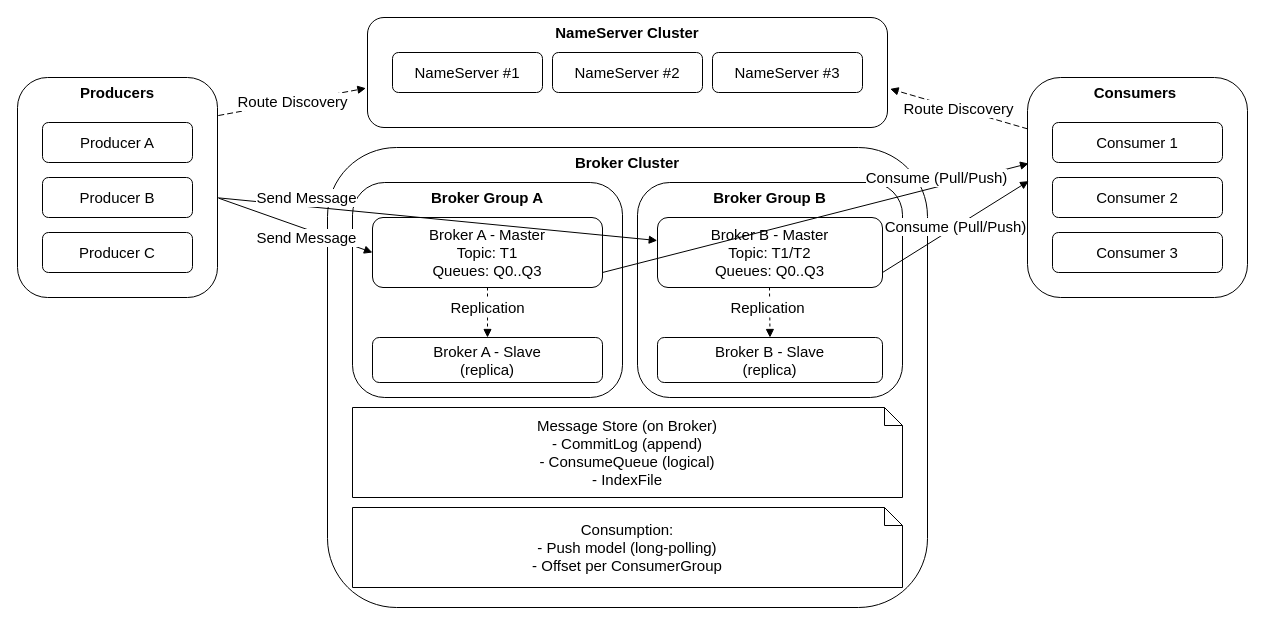
Earlier version of the draw.io diagram page "RocketMQ架构图" (1 of 20) of figure/figures.drawio (jqq04/nju-thesis-2026). Source tidied: cells renumbered, new cells numbered last; positions are measured from the earlier drawing's top-left corner, leaving out a move shared by most shapes. Both pictures are drawn from the tidied source at 100%, with x=0, y=0 at pixel (17, 17).
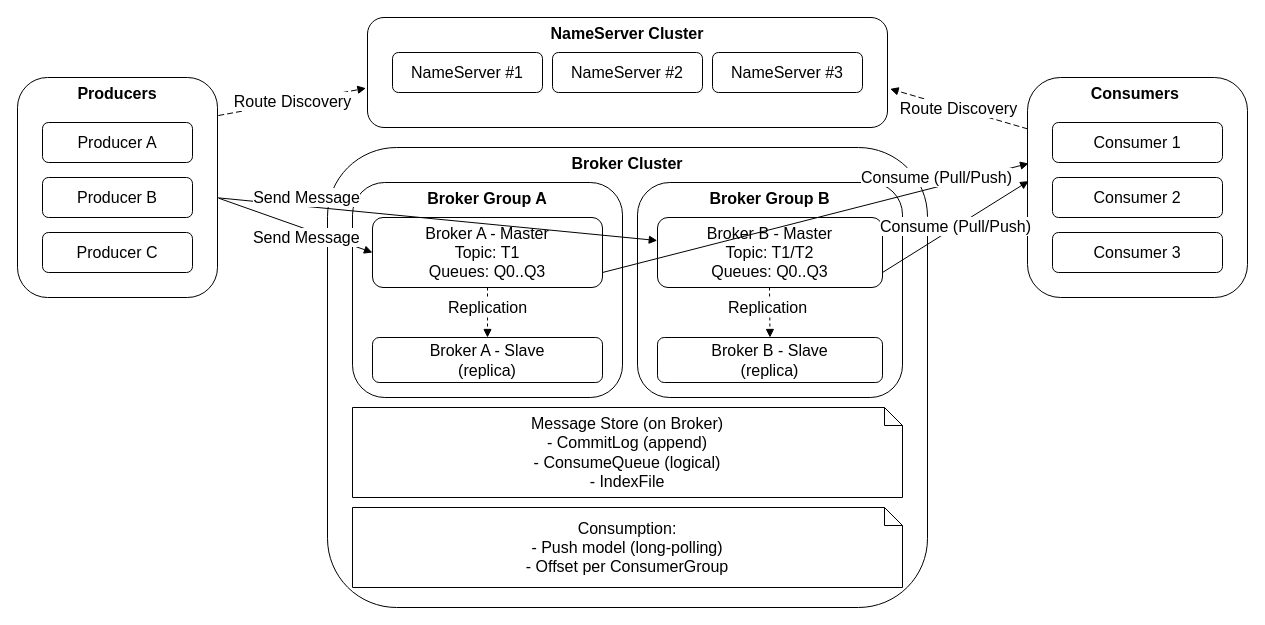
After the change.

Diff of the diagram source:
```diff
@@
-    <mxCell id="2" value="Producers" style="rounded=1;whiteSpace=wrap;html=1;fontStyle=1;strokeWidth=1;verticalAlign=top;fontSize=15;" parent="1" vertex="1">
+    <mxCell id="2" value="Producers" style="rounded=1;whiteSpace=wrap;html=1;fontStyle=1;strokeWidth=1;verticalAlign=top;fontSize=16;" parent="1" vertex="1">
       <mxGeometry y="60" width="200" height="220" as="geometry" />
     </mxCell>
-    <mxCell id="3" value="Producer A" style="rounded=1;whiteSpace=wrap;html=1;fontSize=15;" parent="1" vertex="1">
+    <mxCell id="3" value="Producer A" style="rounded=1;whiteSpace=wrap;html=1;fontSize=16;" parent="1" vertex="1">
       <mxGeometry x="25" y="105" width="150" height="40" as="geometry" />
     </mxCell>
-    <mxCell id="4" value="Producer B" style="rounded=1;whiteSpace=wrap;html=1;fontSize=15;" parent="1" vertex="1">
+    <mxCell id="4" value="Producer B" style="rounded=1;whiteSpace=wrap;html=1;fontSize=16;" parent="1" vertex="1">
       <mxGeometry x="25" y="160" width="150" height="40" as="geometry" />
     </mxCell>
-    <mxCell id="5" value="Producer C" style="rounded=1;whiteSpace=wrap;html=1;fontSize=15;" parent="1" vertex="1">
+    <mxCell id="5" value="Producer C" style="rounded=1;whiteSpace=wrap;html=1;fontSize=16;" parent="1" vertex="1">
       <mxGeometry x="25" y="215" width="150" height="40" as="geometry" />
     </mxCell>
-    <mxCell id="6" value="Consumers&amp;nbsp;" style="rounded=1;whiteSpace=wrap;html=1;fontStyle=1;strokeWidth=1;verticalAlign=top;fontSize=15;" parent="1" vertex="1">
+    <mxCell id="6" value="Consumers&amp;nbsp;" style="rounded=1;whiteSpace=wrap;html=1;fontStyle=1;strokeWidth=1;verticalAlign=top;fontSize=16;" parent="1" vertex="1">
       <mxGeometry x="1010" y="60" width="220" height="220" as="geometry" />
     </mxCell>
-    <mxCell id="7" value="Consumer 1" style="rounded=1;whiteSpace=wrap;html=1;fontSize=15;" parent="1" vertex="1">
+    <mxCell id="7" value="Consumer 1" style="rounded=1;whiteSpace=wrap;html=1;fontSize=16;" parent="1" vertex="1">
       <mxGeometry x="1035" y="105" width="170" height="40" as="geometry" />
     </mxCell>
-    <mxCell id="8" value="Consumer 2" style="rounded=1;whiteSpace=wrap;html=1;fontSize=15;" parent="1" vertex="1">
+    <mxCell id="8" value="Consumer 2" style="rounded=1;whiteSpace=wrap;html=1;fontSize=16;" parent="1" vertex="1">
       <mxGeometry x="1035" y="160" width="170" height="40" as="geometry" />
     </mxCell>
-    <mxCell id="9" value="Consumer 3" style="rounded=1;whiteSpace=wrap;html=1;fontSize=15;" parent="1" vertex="1">
+    <mxCell id="9" value="Consumer 3" style="rounded=1;whiteSpace=wrap;html=1;fontSize=16;" parent="1" vertex="1">
       <mxGeometry x="1035" y="215" width="170" height="40" as="geometry" />
     </mxCell>
-    <mxCell id="10" value="NameServer Cluster&lt;div&gt;&lt;br&gt;&lt;/div&gt;" style="rounded=1;whiteSpace=wrap;html=1;fontStyle=1;strokeWidth=1;verticalAlign=top;fontSize=15;" parent="1" vertex="1">
+    <mxCell id="10" value="NameServer Cluster&lt;div&gt;&lt;br&gt;&lt;/div&gt;" style="rounded=1;whiteSpace=wrap;html=1;fontStyle=1;strokeWidth=1;verticalAlign=top;fontSize=16;" parent="1" vertex="1">
       <mxGeometry x="350" width="520" height="110" as="geometry" />
     </mxCell>
-    <mxCell id="11" value="NameServer #1" style="rounded=1;whiteSpace=wrap;html=1;fontSize=15;" parent="1" vertex="1">
+    <mxCell id="11" value="NameServer #1" style="rounded=1;whiteSpace=wrap;html=1;fontSize=16;" parent="1" vertex="1">
       <mxGeometry x="375" y="35" width="150" height="40" as="geometry" />
     </mxCell>
-    <mxCell id="12" value="NameServer #2" style="rounded=1;whiteSpace=wrap;html=1;fontSize=15;" parent="1" vertex="1">
+    <mxCell id="12" value="NameServer #2" style="rounded=1;whiteSpace=wrap;html=1;fontSize=16;" parent="1" vertex="1">
       <mxGeometry x="535" y="35" width="150" height="40" as="geometry" />
     </mxCell>
-    <mxCell id="13" value="NameServer #3" style="rounded=1;whiteSpace=wrap;html=1;fontSize=15;" parent="1" vertex="1">
+    <mxCell id="13" value="NameServer #3" style="rounded=1;whiteSpace=wrap;html=1;fontSize=16;" parent="1" vertex="1">
       <mxGeometry x="695" y="35" width="150" height="40" as="geometry" />
     </mxCell>
-    <mxCell id="14" value="Broker Cluster" style="rounded=1;whiteSpace=wrap;html=1;fontStyle=1;strokeWidth=1;verticalAlign=top;fontSize=15;" parent="1" vertex="1">
+    <mxCell id="14" value="Broker Cluster" style="rounded=1;whiteSpace=wrap;html=1;fontStyle=1;strokeWidth=1;verticalAlign=top;fontSize=16;" parent="1" vertex="1">
       <mxGeometry x="310" y="130" width="600" height="460" as="geometry" />
     </mxCell>
-    <mxCell id="15" value="Broker Group A" style="rounded=1;whiteSpace=wrap;html=1;fontStyle=1;strokeWidth=1;verticalAlign=top;fontSize=15;" parent="1" vertex="1">
+    <mxCell id="15" value="Broker Group A" style="rounded=1;whiteSpace=wrap;html=1;fontStyle=1;strokeWidth=1;verticalAlign=top;fontSize=16;" parent="1" vertex="1">
       <mxGeometry x="335" y="165" width="270" height="215" as="geometry" />
     </mxCell>
-    <mxCell id="16" value="Broker A - Master&#10;Topic: T1&#10;Queues: Q0..Q3" style="rounded=1;whiteSpace=wrap;html=1;fontSize=15;" parent="1" vertex="1">
+    <mxCell id="16" value="Broker A - Master&#10;Topic: T1&#10;Queues: Q0..Q3" style="rounded=1;whiteSpace=wrap;html=1;fontSize=16;" parent="1" vertex="1">
       <mxGeometry x="355" y="200" width="230" height="70" as="geometry" />
     </mxCell>
-    <mxCell id="17" value="Broker A - Slave&#10;(replica)" style="rounded=1;whiteSpace=wrap;html=1;fontSize=15;" parent="1" vertex="1">
+    <mxCell id="17" value="Broker A - Slave&#10;(replica)" style="rounded=1;whiteSpace=wrap;html=1;fontSize=16;" parent="1" vertex="1">
       <mxGeometry x="355" y="320" width="230" height="45" as="geometry" />
     </mxCell>
-    <mxCell id="18" value="Broker Group B" style="rounded=1;whiteSpace=wrap;html=1;fontStyle=1;strokeWidth=1;verticalAlign=top;fontSize=15;" parent="1" vertex="1">
+    <mxCell id="18" value="Broker Group B" style="rounded=1;whiteSpace=wrap;html=1;fontStyle=1;strokeWidth=1;verticalAlign=top;fontSize=16;" parent="1" vertex="1">
       <mxGeometry x="620" y="165" width="265" height="215" as="geometry" />
     </mxCell>
-    <mxCell id="19" value="Broker B - Master&#10;Topic: T1/T2&#10;Queues: Q0..Q3" style="rounded=1;whiteSpace=wrap;html=1;fontSize=15;" parent="1" vertex="1">
+    <mxCell id="19" value="Broker B - Master&#10;Topic: T1/T2&#10;Queues: Q0..Q3" style="rounded=1;whiteSpace=wrap;html=1;fontSize=16;" parent="1" vertex="1">
       <mxGeometry x="640" y="200" width="225" height="70" as="geometry" />
     </mxCell>
-    <mxCell id="20" value="Broker B - Slave&#10;(replica)" style="rounded=1;whiteSpace=wrap;html=1;fontSize=15;" parent="1" vertex="1">
+    <mxCell id="20" value="Broker B - Slave&#10;(replica)" style="rounded=1;whiteSpace=wrap;html=1;fontSize=16;" parent="1" vertex="1">
       <mxGeometry x="640" y="320" width="225" height="45" as="geometry" />
     </mxCell>
-    <mxCell id="21" value="Message Store (on Broker)&#10;- CommitLog (append)&#10;- ConsumeQueue (logical)&#10;- IndexFile" style="shape=note;whiteSpace=wrap;html=1;size=18;fontSize=15;" parent="1" vertex="1">
+    <mxCell id="21" value="Message Store (on Broker)&#10;- CommitLog (append)&#10;- ConsumeQueue (logical)&#10;- IndexFile" style="shape=note;whiteSpace=wrap;html=1;size=18;fontSize=16;" parent="1" vertex="1">
       <mxGeometry x="335" y="390" width="550" height="90" as="geometry" />
     </mxCell>
-    <mxCell id="22" value="Consumption:&#10;- Push model (long-polling)&#10;- Offset per ConsumerGroup" style="shape=note;whiteSpace=wrap;html=1;size=18;fontSize=15;" parent="1" vertex="1">
+    <mxCell id="22" value="Consumption:&#10;- Push model (long-polling)&#10;- Offset per ConsumerGroup" style="shape=note;whiteSpace=wrap;html=1;size=18;fontSize=16;" parent="1" vertex="1">
       <mxGeometry x="335" y="490" width="550" height="80" as="geometry" />
     </mxCell>
-    <mxCell id="23" value="Route Discovery" style="endArrow=block;html=1;rounded=0;dashed=1;dashPattern=6 3;strokeWidth=1;exitX=1.004;exitY=0.173;exitDx=0;exitDy=0;exitPerimeter=0;entryX=-0.003;entryY=0.643;entryDx=0;entryDy=0;entryPerimeter=0;fontSize=15;" parent="1" edge="1" source="2" target="10">
+    <mxCell id="23" value="Route Discovery" style="endArrow=block;html=1;rounded=0;dashed=1;dashPattern=6 3;strokeWidth=1;exitX=1.004;exitY=0.173;exitDx=0;exitDy=0;exitPerimeter=0;entryX=-0.003;entryY=0.643;entryDx=0;entryDy=0;entryPerimeter=0;fontSize=16;" parent="1" edge="1" source="2" target="10">
       <mxGeometry relative="1" as="geometry" />
     </mxCell>
-    <mxCell id="24" value="Route Discovery" style="endArrow=block;html=1;rounded=0;dashed=1;dashPattern=6 3;strokeWidth=1;entryX=1.005;entryY=0.649;entryDx=0;entryDy=0;entryPerimeter=0;fontSize=15;exitX=0.002;exitY=0.234;exitDx=0;exitDy=0;exitPerimeter=0;" parent="1" edge="1" source="6" target="10">
+    <mxCell id="24" value="Route Discovery" style="endArrow=block;html=1;rounded=0;dashed=1;dashPattern=6 3;strokeWidth=1;entryX=1.005;entryY=0.649;entryDx=0;entryDy=0;entryPerimeter=0;fontSize=16;exitX=0.002;exitY=0.234;exitDx=0;exitDy=0;exitPerimeter=0;" parent="1" edge="1" source="6" target="10">
       <mxGeometry relative="1" as="geometry" />
     </mxCell>
-    <mxCell id="25" value="Send Message&amp;nbsp;" style="endArrow=block;html=1;rounded=0;strokeWidth=1;exitX=1.007;exitY=0.549;exitDx=0;exitDy=0;exitPerimeter=0;entryX=0;entryY=0.5;entryDx=0;entryDy=0;fontSize=15;" parent="1" edge="1" source="2" target="16">
+    <mxCell id="25" value="Send Message&amp;nbsp;" style="endArrow=block;html=1;rounded=0;strokeWidth=1;exitX=1.007;exitY=0.549;exitDx=0;exitDy=0;exitPerimeter=0;entryX=0;entryY=0.5;entryDx=0;entryDy=0;fontSize=16;" parent="1" edge="1" source="2" target="16">
       <mxGeometry x="0.19" y="-7" relative="1" as="geometry" />
     </mxCell>
-    <mxCell id="26" value="Send Message" style="endArrow=block;html=1;rounded=0;strokeWidth=1;exitX=1.003;exitY=0.547;exitDx=0;exitDy=0;exitPerimeter=0;entryX=-0.001;entryY=0.329;entryDx=0;entryDy=0;entryPerimeter=0;fontSize=15;" parent="1" edge="1" source="2" target="19">
+    <mxCell id="26" value="Send Message" style="endArrow=block;html=1;rounded=0;strokeWidth=1;exitX=1.003;exitY=0.547;exitDx=0;exitDy=0;exitPerimeter=0;entryX=-0.001;entryY=0.329;entryDx=0;entryDy=0;entryPerimeter=0;fontSize=16;" parent="1" edge="1" source="2" target="19">
       <mxGeometry x="-0.6" y="9" relative="1" as="geometry" />
     </mxCell>
-    <mxCell id="27" value="Consume (Pull/Push)" style="endArrow=block;html=1;rounded=0;strokeWidth=1;fontSize=15;entryX=0.005;entryY=0.471;entryDx=0;entryDy=0;entryPerimeter=0;" parent="1" edge="1" target="6">
+    <mxCell id="27" value="Consume (Pull/Push)" style="endArrow=block;html=1;rounded=0;strokeWidth=1;fontSize=16;entryX=0.005;entryY=0.471;entryDx=0;entryDy=0;entryPerimeter=0;" parent="1" edge="1" target="6">
       <mxGeometry relative="1" as="geometry">
         <mxPoint x="865" y="255" as="sourcePoint" />
       </mxGeometry>
     </mxCell>
-    <mxCell id="28" value="Consume (Pull/Push)" style="endArrow=block;html=1;rounded=0;strokeWidth=1;fontSize=15;entryX=0.005;entryY=0.391;entryDx=0;entryDy=0;entryPerimeter=0;" parent="1" edge="1" target="6">
+    <mxCell id="28" value="Consume (Pull/Push)" style="endArrow=block;html=1;rounded=0;strokeWidth=1;fontSize=16;entryX=0.005;entryY=0.391;entryDx=0;entryDy=0;entryPerimeter=0;" parent="1" edge="1" target="6">
       <mxGeometry x="0.58" y="9" relative="1" as="geometry">
         <mxPoint x="585" y="255" as="sourcePoint" />
       </mxGeometry>
     </mxCell>
-    <mxCell id="29" value="Replication" style="endArrow=block;html=1;rounded=0;dashed=1;dashPattern=3 3;strokeWidth=1;entryX=0.5;entryY=0;entryDx=0;entryDy=0;fontSize=15;" parent="1" edge="1" target="17">
+    <mxCell id="29" value="Replication" style="endArrow=block;html=1;rounded=0;dashed=1;dashPattern=3 3;strokeWidth=1;entryX=0.5;entryY=0;entryDx=0;entryDy=0;fontSize=16;" parent="1" edge="1" target="17">
       <mxGeometry x="-0.2" relative="1" as="geometry">
         <mxPoint x="470" y="270" as="sourcePoint" />
         <Array as="points">
           <mxPoint x="470" y="300" />
         </Array>
       </mxGeometry>
     </mxCell>
-    <mxCell id="30" value="Replication" style="endArrow=block;html=1;rounded=0;dashed=1;dashPattern=3 3;strokeWidth=1;entryX=0.5;entryY=0;entryDx=0;entryDy=0;fontSize=15;" parent="1" edge="1" target="20">
+    <mxCell id="30" value="Replication" style="endArrow=block;html=1;rounded=0;dashed=1;dashPattern=3 3;strokeWidth=1;entryX=0.5;entryY=0;entryDx=0;entryDy=0;fontSize=16;" parent="1" edge="1" target="20">
       <mxGeometry x="-0.2" y="-2" relative="1" as="geometry">
         <mxPoint x="752" y="270" as="sourcePoint" />
       </mxGeometry>
     </mxCell>
```
